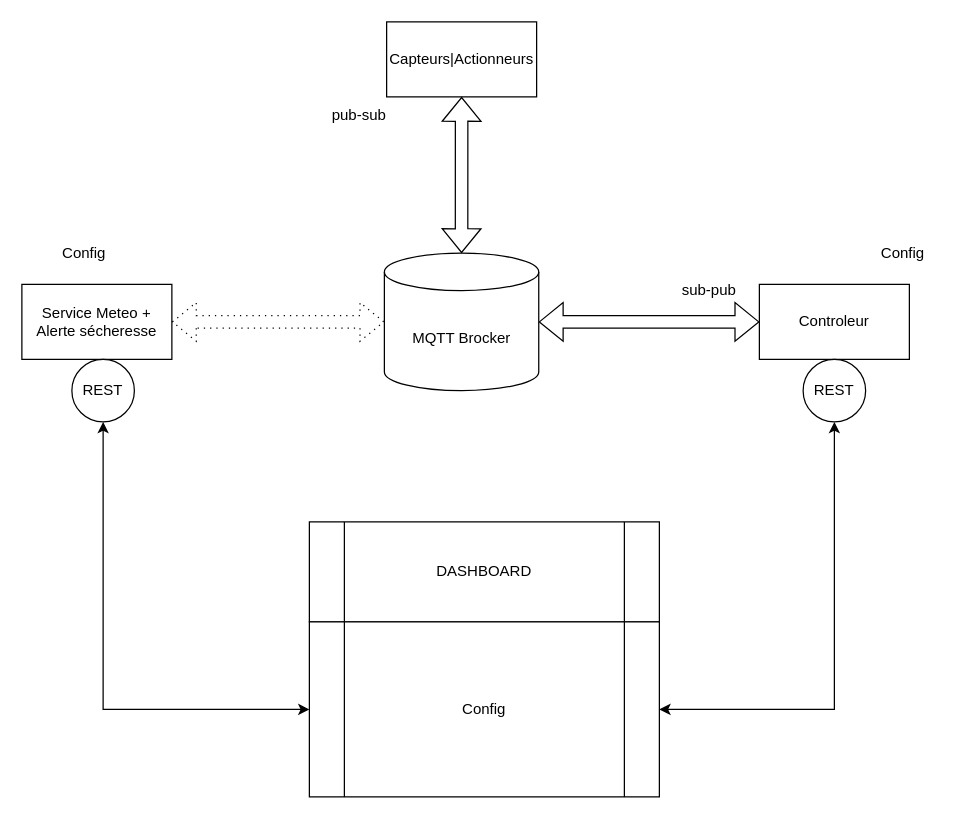
The draw.io diagram Documentation/Structure_rest_mqtt.drawio in KennethPad/Resilience_Eau, before the edit. Source tidied: cells renumbered, new cells numbered last; positions are measured from the earlier drawing's top-left corner, leaving out a move shared by most shapes. Both pictures are drawn from the tidied source at 125%, with x=0, y=0 at pixel (21, 21).
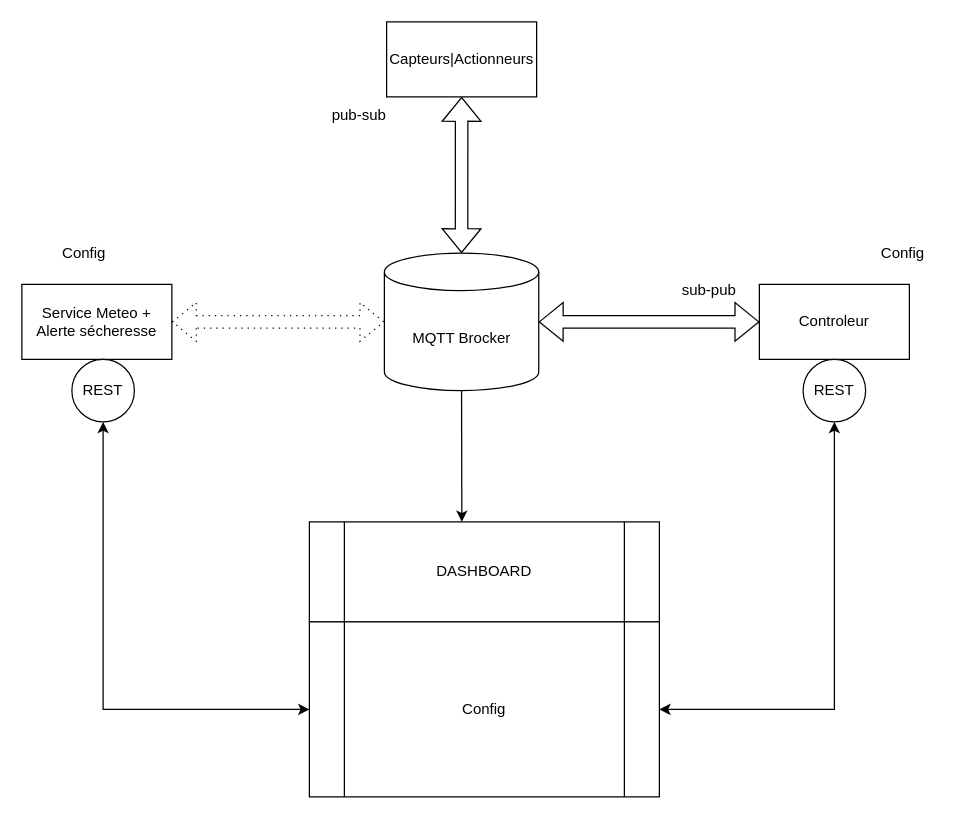
The same page after the edit.

Unchanged cells that the change refers to:
```xml
<mxCell id="6" value="MQTT Brocker" style="shape=cylinder3;whiteSpace=wrap;html=1;boundedLbl=1;backgroundOutline=1;size=15;" parent="1" vertex="1">
  <mxGeometry x="290" y="185" width="123.5" height="110" as="geometry" />
</mxCell>
```

Change to the diagram source:
```diff
@@
+    <mxCell id="19" style="endArrow=classic;html=1;rounded=0;exitX=0.5;exitY=1;exitDx=0;exitDy=0;exitPerimeter=0;" parent="1" edge="1" source="6">
+      <mxGeometry relative="1" as="geometry">
+        <mxPoint x="352" y="400" as="targetPoint" />
+      </mxGeometry>
+    </mxCell>
```
